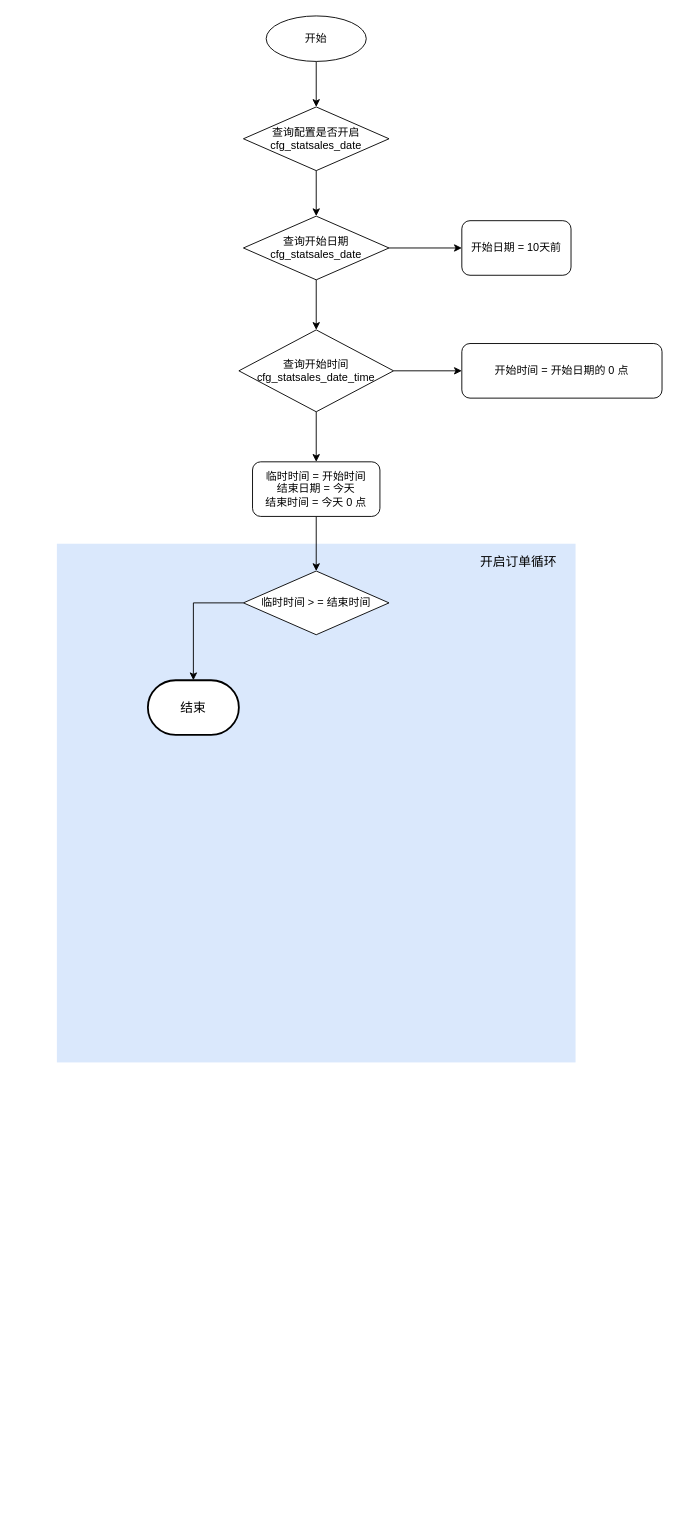
The draw.io diagram 每日销量统计.drawio in letmesayok/MdPic, before the edit. Source tidied: cells renumbered, new cells numbered last; positions are measured from the earlier drawing's top-left corner, leaving out a move shared by most shapes. Both pictures are drawn from the tidied source at 91%, with x=0, y=0 at pixel (56, 15).
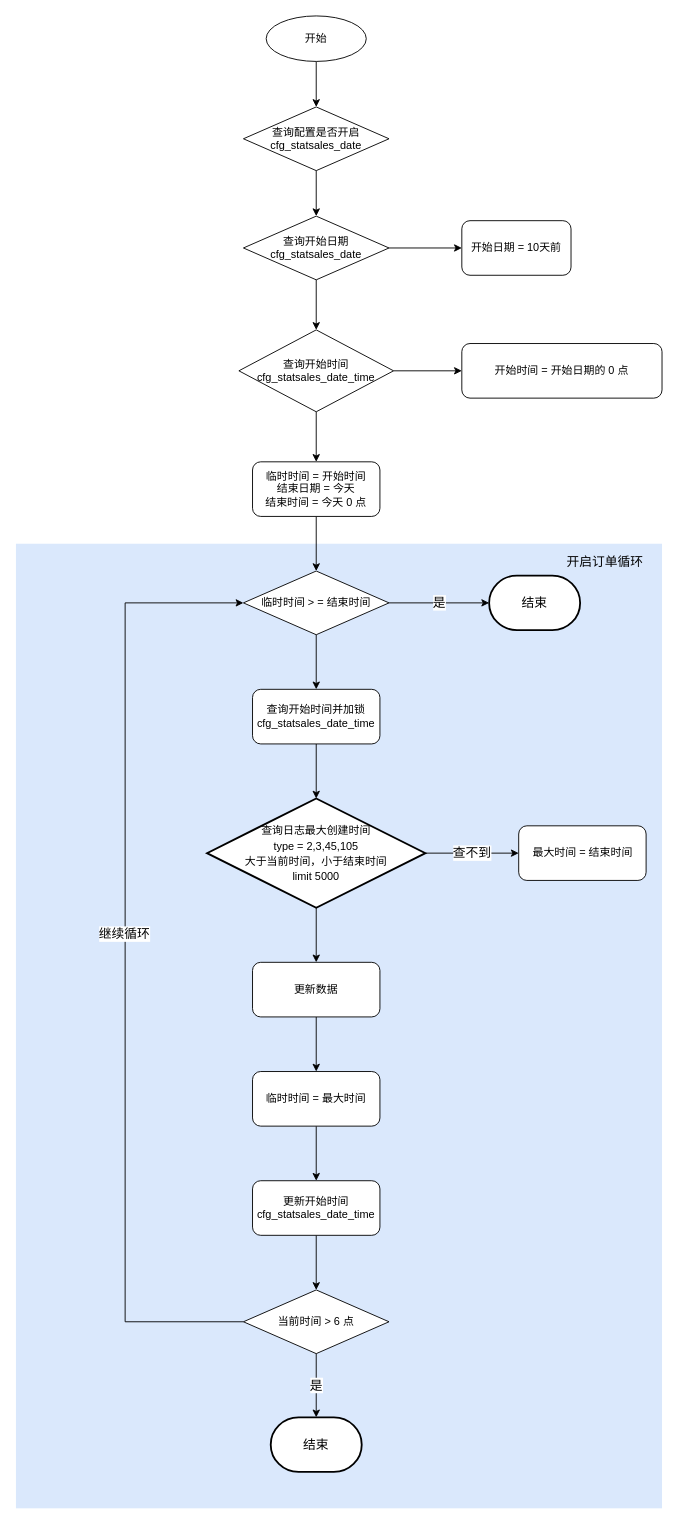
Above is the later version.

Commit message (it also covers changes not shown here):
更新每日销量统计.drawio

Unchanged cells that the change refers to:
```xml
<mxCell id="18" value="临时时间 &amp;gt; = 结束时间" style="rhombus;whiteSpace=wrap;html=1;" parent="1" vertex="1">
  <mxGeometry x="205" y="610" width="160" height="70" as="geometry" />
</mxCell>
```

What changed in the source:
```diff
@@
     <mxCell id="2" style="whiteSpace=wrap;html=1;strokeColor=none;fillColor=#dae8fc;gradientColor=none;" parent="1" vertex="1">
-      <mxGeometry y="580" width="570" height="570" as="geometry" />
+      <mxGeometry x="-45" y="580" width="710" height="1060" as="geometry" />
     </mxCell>
@@
-    <mxCell id="17" style="edgeStyle=orthogonalEdgeStyle;rounded=0;jettySize=auto;html=1;fontSize=14;" parent="1" edge="1" source="18" target="20">
+    <mxCell id="17" value="是" style="edgeStyle=orthogonalEdgeStyle;rounded=0;jettySize=auto;html=1;fontSize=14;" parent="1" edge="1" source="18" target="20">
       <mxGeometry relative="1" as="geometry" />
     </mxCell>
+    <mxCell id="21" style="edgeStyle=orthogonalEdgeStyle;rounded=0;jettySize=auto;html=1;fontSize=14;" parent="1" edge="1" source="18" target="23">
+      <mxGeometry relative="1" as="geometry" />
+    </mxCell>
@@
     <mxCell id="19" value="开启订单循环" style="text;html=1;strokeColor=none;fillColor=none;align=center;verticalAlign=middle;whiteSpace=wrap;rounded=0;fontSize=14;" parent="1" vertex="1">
-      <mxGeometry x="445" y="580" width="125" height="40" as="geometry" />
+      <mxGeometry x="540" y="580" width="125" height="40" as="geometry" />
     </mxCell>
     <mxCell id="20" value="结束" style="strokeWidth=2;html=1;shape=mxgraph.flowchart.terminator;whiteSpace=wrap;fontSize=14;" parent="1" vertex="1">
-      <mxGeometry x="100" y="730" width="100" height="60" as="geometry" />
+      <mxGeometry x="475" y="615" width="100" height="60" as="geometry" />
     </mxCell>
+    <mxCell id="22" style="edgeStyle=orthogonalEdgeStyle;rounded=0;jettySize=auto;html=1;fontSize=14;" parent="1" edge="1" source="23" target="26">
+      <mxGeometry relative="1" as="geometry" />
+    </mxCell>
+    <mxCell id="23" value="查询开始时间并加锁&lt;br&gt;cfg_statsales_date_time" style="rounded=1;whiteSpace=wrap;html=1;" parent="1" vertex="1">
+      <mxGeometry x="215" y="740" width="140" height="60" as="geometry" />
+    </mxCell>
+    <mxCell id="24" value="查不到" style="edgeStyle=orthogonalEdgeStyle;rounded=0;jettySize=auto;html=1;fontSize=14;" parent="1" edge="1" source="26" target="27">
+      <mxGeometry relative="1" as="geometry" />
+    </mxCell>
+    <mxCell id="25" style="edgeStyle=orthogonalEdgeStyle;rounded=0;jettySize=auto;html=1;fontSize=14;" parent="1" edge="1" source="26" target="29">
+      <mxGeometry relative="1" as="geometry" />
+    </mxCell>
+    <mxCell id="26" value="&lt;span style=&quot;font-size: 12px&quot;&gt;查询日志最大创建时间&lt;/span&gt;&lt;br style=&quot;font-size: 12px&quot;&gt;&lt;span style=&quot;font-size: 12px&quot;&gt;type = 2,3,45,105&lt;/span&gt;&lt;br style=&quot;font-size: 12px&quot;&gt;&lt;span style=&quot;font-size: 12px&quot;&gt;大于当前时间，小于结束时间&lt;/span&gt;&lt;br style=&quot;font-size: 12px&quot;&gt;&lt;span style=&quot;font-size: 12px&quot;&gt;limit 5000&lt;/span&gt;" style="strokeWidth=2;html=1;shape=mxgraph.flowchart.decision;whiteSpace=wrap;fontSize=14;fillColor=default;gradientColor=none;" parent="1" vertex="1">
+      <mxGeometry x="165" y="860" width="240" height="120" as="geometry" />
+    </mxCell>
+    <mxCell id="27" value="最大时间 = 结束时间" style="rounded=1;whiteSpace=wrap;html=1;" parent="1" vertex="1">
+      <mxGeometry x="507.5" y="890" width="140" height="60" as="geometry" />
+    </mxCell>
+    <mxCell id="28" style="edgeStyle=orthogonalEdgeStyle;rounded=0;jettySize=auto;html=1;fontSize=14;" parent="1" edge="1" source="29" target="31">
+      <mxGeometry relative="1" as="geometry" />
+    </mxCell>
+    <mxCell id="29" value="更新数据" style="rounded=1;whiteSpace=wrap;html=1;" parent="1" vertex="1">
+      <mxGeometry x="215" y="1040" width="140" height="60" as="geometry" />
+    </mxCell>
+    <mxCell id="30" style="edgeStyle=orthogonalEdgeStyle;rounded=0;jettySize=auto;html=1;fontSize=14;" parent="1" edge="1" source="31" target="33">
+      <mxGeometry relative="1" as="geometry" />
+    </mxCell>
+    <mxCell id="31" value="临时时间 = 最大时间" style="rounded=1;whiteSpace=wrap;html=1;" parent="1" vertex="1">
+      <mxGeometry x="215" y="1160" width="140" height="60" as="geometry" />
+    </mxCell>
+    <mxCell id="32" style="edgeStyle=orthogonalEdgeStyle;rounded=0;jettySize=auto;html=1;fontSize=14;" parent="1" edge="1" source="33" target="37">
+      <mxGeometry relative="1" as="geometry" />
+    </mxCell>
+    <mxCell id="33" value="更新开始时间&lt;br&gt;cfg_statsales_date_time" style="rounded=1;whiteSpace=wrap;html=1;" parent="1" vertex="1">
+      <mxGeometry x="215" y="1280" width="140" height="60" as="geometry" />
+    </mxCell>
+    <mxCell id="34" value="是" style="edgeStyle=orthogonalEdgeStyle;rounded=0;jettySize=auto;html=1;fontSize=14;" parent="1" edge="1" source="37" target="38">
+      <mxGeometry relative="1" as="geometry" />
+    </mxCell>
+    <mxCell id="35" style="edgeStyle=orthogonalEdgeStyle;rounded=0;jettySize=auto;html=1;entryX=0;entryY=0.5;entryDx=0;entryDy=0;fontSize=14;" parent="1" edge="1" source="37" target="18">
+      <mxGeometry relative="1" as="geometry">
+        <Array as="points">
+          <mxPoint x="75" y="1435" />
+          <mxPoint x="75" y="645" />
+        </Array>
+      </mxGeometry>
+    </mxCell>
+    <mxCell id="36" value="继续循环" style="edgeLabel;html=1;align=center;verticalAlign=middle;fontSize=14;" parent="35" vertex="1">
+      <mxGeometry x="0.06" y="2" relative="1" as="geometry" />
+    </mxCell>
+    <mxCell id="37" value="当前时间 &amp;gt; 6 点" style="rhombus;whiteSpace=wrap;html=1;" parent="1" vertex="1">
+      <mxGeometry x="205" y="1400" width="160" height="70" as="geometry" />
+    </mxCell>
+    <mxCell id="38" value="结束" style="strokeWidth=2;html=1;shape=mxgraph.flowchart.terminator;whiteSpace=wrap;fontSize=14;" parent="1" vertex="1">
+      <mxGeometry x="235" y="1540" width="100" height="60" as="geometry" />
+    </mxCell>
```
